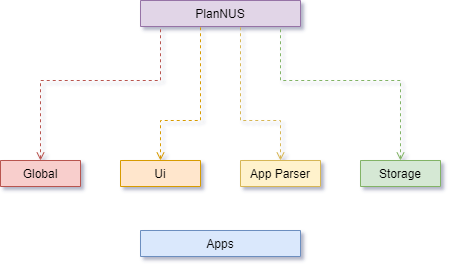
Above: docs/images/DeveloperGuide/Architecture.png in vanessa-kang/tp (draw.io), before the change. Source tidied: cells renumbered, new cells last; positions are measured from the earlier drawing's top-left corner, leaving out a move shared by most shapes.
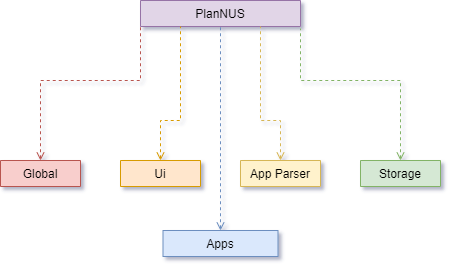
The same diagram one commit later.

The edit, as a diff of the source:
```diff
@@ -1,60 +1,61 @@
 <mxGraphModel>
   <root>
-    <mxCell id="0" />
-    <mxCell id="1" parent="0" />
+    <mxCell id="12" />
+    <mxCell id="13" parent="12" />
-    <mxCell id="2" value="PlanNUS" style="swimlane;fontStyle=0;align=center;verticalAlign=top;horizontal=1;startSize=26;rounded=0;shadow=0;strokeWidth=1;fillColor=#e1d5e7;strokeColor=#9673a6;" parent="1" vertex="1" collapsed="1">
+    <mxCell id="2" value="PlanNUS" style="swimlane;fontStyle=0;align=center;verticalAlign=top;horizontal=1;startSize=26;rounded=0;shadow=0;strokeWidth=1;fillColor=#e1d5e7;strokeColor=#9673a6;" parent="13" vertex="1" collapsed="1">
       <mxGeometry x="140" width="160" height="26" as="geometry" />
     </mxCell>
-    <mxCell id="3" style="endArrow=none;dashed=1;html=1;endFill=0;startArrow=open;startFill=0;exitX=0.5;exitY=0;exitDx=0;exitDy=0;rounded=0;fillColor=#fff2cc;strokeColor=#d6b656;" parent="1" edge="1" source="7">
-      <mxGeometry relative="1" as="geometry">
-        <mxPoint x="240" y="26" as="targetPoint" />
-        <Array as="points">
-          <mxPoint x="280" y="120" />
-          <mxPoint x="240" y="120" />
-        </Array>
-      </mxGeometry>
-    </mxCell>
-    <mxCell id="4" style="endArrow=none;dashed=1;html=1;exitX=0.5;exitY=0;exitDx=0;exitDy=0;endFill=0;startArrow=open;startFill=0;rounded=0;fillColor=#d5e8d4;strokeColor=#82b366;" parent="1" edge="1" source="10">
-      <mxGeometry relative="1" as="geometry">
-        <mxPoint x="280" y="28" as="targetPoint" />
-        <Array as="points">
-          <mxPoint x="400" y="80" />
-          <mxPoint x="280" y="80" />
-        </Array>
-      </mxGeometry>
-    </mxCell>
-    <mxCell id="5" style="endArrow=none;dashed=1;html=1;endFill=0;startArrow=open;startFill=0;exitX=0.5;exitY=0;exitDx=0;exitDy=0;rounded=0;fillColor=#ffe6cc;strokeColor=#d79b00;" parent="1" edge="1" source="9">
-      <mxGeometry relative="1" as="geometry">
-        <mxPoint x="200" y="26" as="targetPoint" />
-        <Array as="points">
-          <mxPoint x="160" y="120" />
-          <mxPoint x="200" y="120" />
-        </Array>
-      </mxGeometry>
-    </mxCell>
-    <mxCell id="6" style="endArrow=none;dashed=1;html=1;endFill=0;startArrow=open;startFill=0;exitX=0.5;exitY=0;exitDx=0;exitDy=0;rounded=0;fillColor=#f8cecc;strokeColor=#b85450;" parent="1" edge="1" source="8">
-      <mxGeometry relative="1" as="geometry">
-        <mxPoint x="160" y="26" as="targetPoint" />
-        <Array as="points">
-          <mxPoint x="40" y="80" />
-          <mxPoint x="160" y="80" />
-        </Array>
-      </mxGeometry>
-    </mxCell>
+    <mxCell id="14" style="endArrow=none;dashed=1;html=1;endFill=0;startArrow=open;startFill=0;exitX=0.5;exitY=0;exitDx=0;exitDy=0;rounded=0;fillColor=#fff2cc;strokeColor=#d6b656;entryX=0.75;entryY=1;entryDx=0;entryDy=0;" parent="13" edge="1" source="7" target="2">
+      <mxGeometry relative="1" as="geometry">
+        <Array as="points">
+          <mxPoint x="280" y="120" />
+          <mxPoint x="260" y="120" />
+        </Array>
+      </mxGeometry>
+    </mxCell>
+    <mxCell id="15" style="endArrow=none;dashed=1;html=1;exitX=0.5;exitY=0;exitDx=0;exitDy=0;endFill=0;startArrow=open;startFill=0;rounded=0;fillColor=#d5e8d4;strokeColor=#82b366;" parent="13" edge="1" source="10">
+      <mxGeometry relative="1" as="geometry">
+        <mxPoint x="300" y="28" as="targetPoint" />
+        <Array as="points">
+          <mxPoint x="400" y="80" />
+          <mxPoint x="300" y="80" />
+        </Array>
+      </mxGeometry>
+    </mxCell>
+    <mxCell id="16" style="endArrow=none;dashed=1;html=1;endFill=0;startArrow=open;startFill=0;exitX=0.5;exitY=0;exitDx=0;exitDy=0;rounded=0;fillColor=#ffe6cc;strokeColor=#d79b00;entryX=0.25;entryY=1;entryDx=0;entryDy=0;" parent="13" edge="1" source="9" target="2">
+      <mxGeometry relative="1" as="geometry">
+        <Array as="points">
+          <mxPoint x="160" y="120" />
+          <mxPoint x="180" y="120" />
+        </Array>
+      </mxGeometry>
+    </mxCell>
+    <mxCell id="17" style="endArrow=none;dashed=1;html=1;endFill=0;startArrow=open;startFill=0;exitX=0.5;exitY=0;exitDx=0;exitDy=0;rounded=0;fillColor=#f8cecc;strokeColor=#b85450;" parent="13" edge="1" source="8">
+      <mxGeometry relative="1" as="geometry">
+        <mxPoint x="140" y="26" as="targetPoint" />
+        <Array as="points">
+          <mxPoint x="40" y="80" />
+          <mxPoint x="140" y="80" />
+        </Array>
+      </mxGeometry>
+    </mxCell>
-    <mxCell id="7" value="App Parser" style="swimlane;fontStyle=0;align=center;verticalAlign=top;horizontal=1;startSize=26;rounded=0;shadow=0;strokeWidth=1;fillColor=#fff2cc;strokeColor=#d6b656;" parent="1" vertex="1" collapsed="1">
+    <mxCell id="7" value="App Parser" style="swimlane;fontStyle=0;align=center;verticalAlign=top;horizontal=1;startSize=26;rounded=0;shadow=0;strokeWidth=1;fillColor=#fff2cc;strokeColor=#d6b656;" parent="13" vertex="1" collapsed="1">
       <mxGeometry x="240" y="160" width="80" height="26" as="geometry" />
     </mxCell>
-    <mxCell id="8" value="Global" style="swimlane;fontStyle=0;align=center;verticalAlign=top;horizontal=1;startSize=26;rounded=0;shadow=0;strokeWidth=1;fillColor=#f8cecc;strokeColor=#b85450;" parent="1" vertex="1" collapsed="1">
+    <mxCell id="8" value="Global" style="swimlane;fontStyle=0;align=center;verticalAlign=top;horizontal=1;startSize=26;rounded=0;shadow=0;strokeWidth=1;fillColor=#f8cecc;strokeColor=#b85450;" parent="13" vertex="1" collapsed="1">
       <mxGeometry y="160" width="80" height="26" as="geometry" />
     </mxCell>
-    <mxCell id="9" value="Ui" style="swimlane;fontStyle=0;align=center;verticalAlign=top;horizontal=1;startSize=26;rounded=0;shadow=0;strokeWidth=1;fillColor=#ffe6cc;strokeColor=#d79b00;" parent="1" vertex="1" collapsed="1">
+    <mxCell id="9" value="Ui" style="swimlane;fontStyle=0;align=center;verticalAlign=top;horizontal=1;startSize=26;rounded=0;shadow=0;strokeWidth=1;fillColor=#ffe6cc;strokeColor=#d79b00;" parent="13" vertex="1" collapsed="1">
       <mxGeometry x="120" y="160" width="80" height="26" as="geometry" />
     </mxCell>
-    <mxCell id="10" value="Storage" style="swimlane;fontStyle=0;align=center;verticalAlign=top;horizontal=1;startSize=26;rounded=0;shadow=0;strokeWidth=1;fillColor=#d5e8d4;strokeColor=#82b366;" parent="1" vertex="1" collapsed="1">
+    <mxCell id="10" value="Storage" style="swimlane;fontStyle=0;align=center;verticalAlign=top;horizontal=1;startSize=26;rounded=0;shadow=0;strokeWidth=1;fillColor=#d5e8d4;strokeColor=#82b366;" parent="13" vertex="1" collapsed="1">
       <mxGeometry x="360" y="160" width="80" height="26" as="geometry" />
     </mxCell>
+    <mxCell id="18" style="endArrow=none;dashed=1;html=1;strokeWidth=1;entryX=0.5;entryY=1;entryDx=0;entryDy=0;exitX=0.5;exitY=0;exitDx=0;exitDy=0;fillColor=#dae8fc;strokeColor=#6c8ebf;endFill=0;startArrow=open;startFill=0;" parent="13" edge="1" source="11" target="2">
+      <mxGeometry relative="1" as="geometry" />
+    </mxCell>
-    <mxCell id="11" value="Apps" style="swimlane;fontStyle=0;align=center;verticalAlign=top;horizontal=1;startSize=26;rounded=0;shadow=0;strokeWidth=1;fillColor=#dae8fc;strokeColor=#6c8ebf;" parent="1" vertex="1" collapsed="1">
-      <mxGeometry x="140" y="230" width="160" height="26" as="geometry" />
+    <mxCell id="11" value="Apps" style="swimlane;fontStyle=0;align=center;verticalAlign=top;horizontal=1;startSize=26;rounded=0;shadow=0;strokeWidth=1;fillColor=#dae8fc;strokeColor=#6c8ebf;" parent="13" vertex="1" collapsed="1">
+      <mxGeometry x="162.5" y="230" width="115" height="26" as="geometry" />
     </mxCell>
   </root>
 </mxGraphModel>
```
